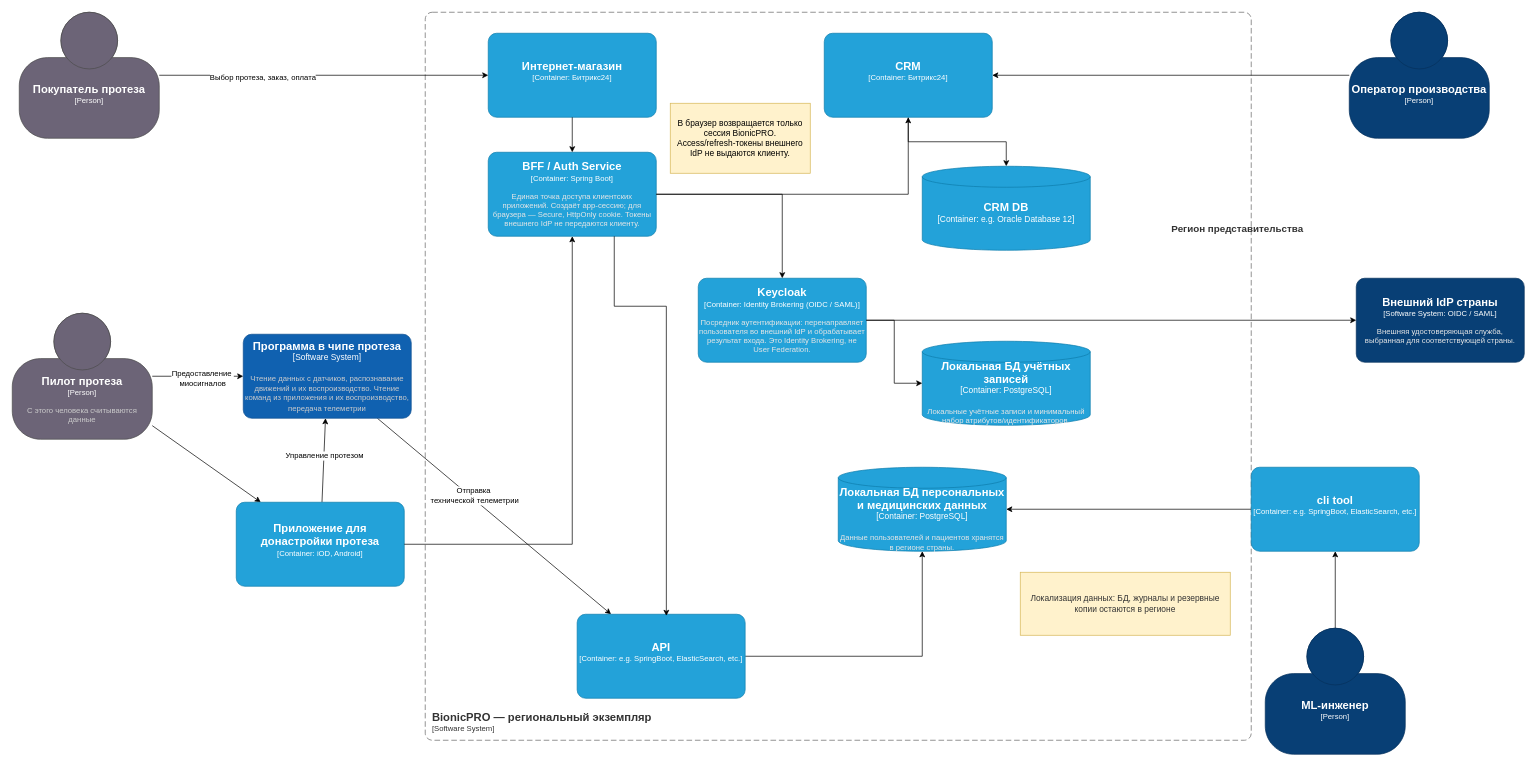
Above: Task1/BionicPRO_C4_model_final.drawio.xml in forl15/sprint-8-architecture-bionicpro (draw.io), before the change. Source tidied: cells renumbered, new cells numbered last; positions are measured from the earlier drawing's top-left corner, leaving out a move shared by most shapes. Both pictures are drawn from the tidied source at 70%, with x=0, y=0 at pixel (12, 12).
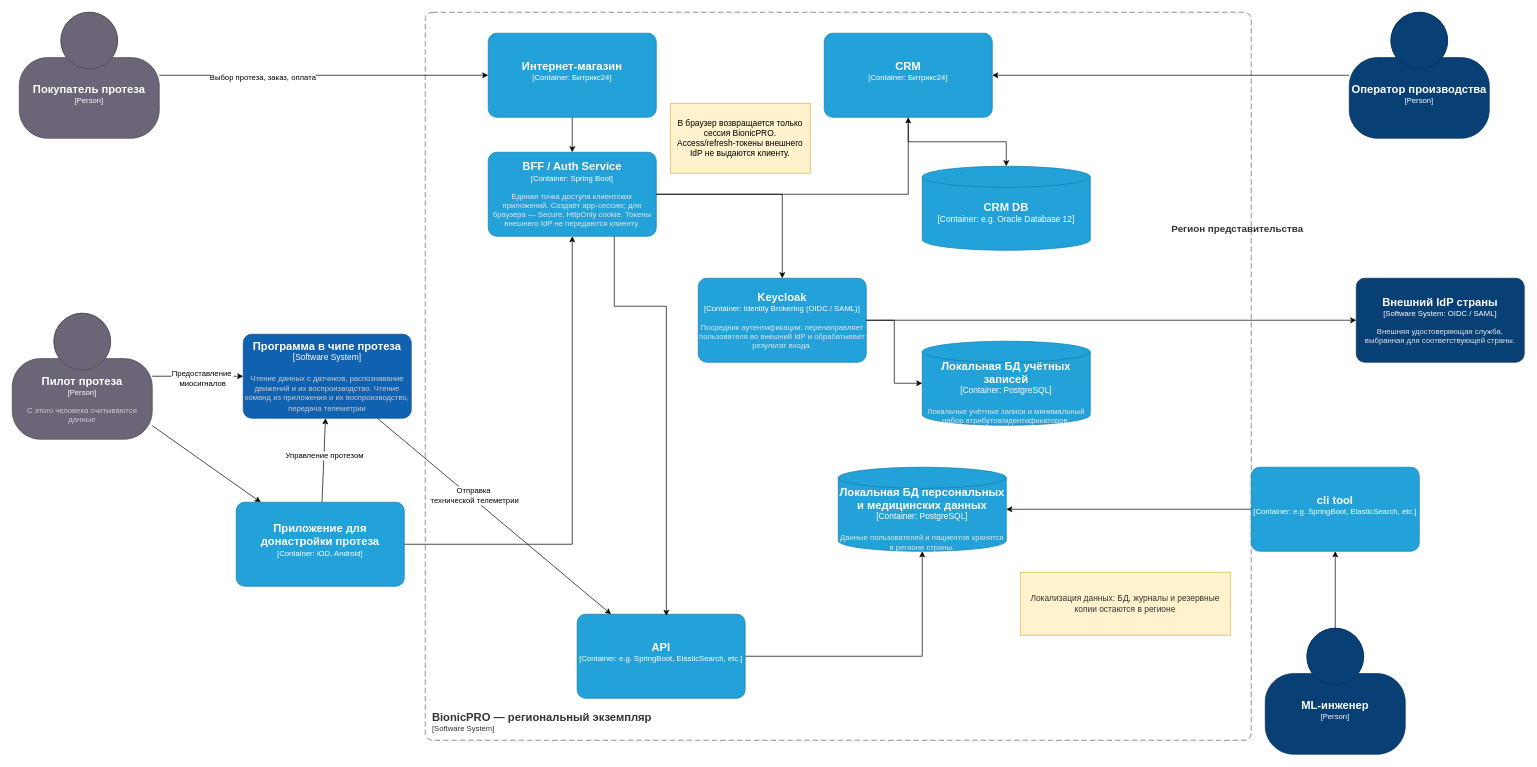
The same diagram, later.

The edit, as a diff of the source:
```diff
@@
-    <object id="30" label="&lt;font style=&quot;font-size: 16px&quot;&gt;&lt;b&gt;%c4Name%&lt;/b&gt;&lt;/font&gt;&lt;div&gt;[%c4Type%: %c4Technology%]&lt;/div&gt;&lt;br&gt;&lt;div&gt;&lt;font style=&quot;font-size: 11px&quot;&gt;&lt;font color=&quot;#E6E6E6&quot;&gt;%c4Description%&lt;/font&gt;&lt;/div&gt;" c4Description="Посредник аутентификации: перенаправляет пользователя во внешний IdP и обрабатывает результат входа. Это Identity Brokering, не User Federation." c4Name="Keycloak" c4Technology="Identity Brokering (OIDC / SAML)" c4Type="Container" placeholders="1">
+    <object id="30" label="&lt;font style=&quot;font-size: 16px&quot;&gt;&lt;b&gt;%c4Name%&lt;/b&gt;&lt;/font&gt;&lt;div&gt;[%c4Type%: %c4Technology%]&lt;/div&gt;&lt;br&gt;&lt;div&gt;&lt;font style=&quot;font-size: 11px&quot;&gt;&lt;font color=&quot;#E6E6E6&quot;&gt;%c4Description%&lt;/font&gt;&lt;/div&gt;" c4Description="Посредник аутентификации: перенаправляет пользователя во внешний IdP и обрабатывает результат входа." c4Name="Keycloak" c4Technology="Identity Brokering (OIDC / SAML)" c4Type="Container" placeholders="1">
       <mxCell style="rounded=1;whiteSpace=wrap;html=1;fontSize=11;labelBackgroundColor=none;fillColor=#23A2D9;fontColor=#ffffff;align=center;arcSize=10;strokeColor=#0E7DAD;points=[[0.25,0,0],[0.5,0,0],[0.75,0,0],[1,0.25,0],[1,0.5,0],[1,0.75,0],[0.75,1,0],[0.5,1,0],[0.25,1,0],[0,0.75,0],[0,0.5,0],[0,0.25,0]];" parent="1" vertex="1">
         <mxGeometry x="980" y="380" width="240" height="120" as="geometry" />
       </mxCell>
     </object>
```
